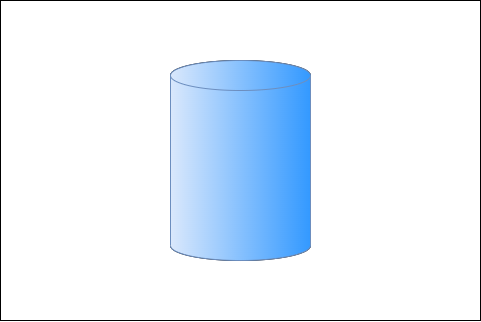
The draw.io diagram images/tanks/simple_tank_type_100.png in CrayJThiemsert/iot_theapp, before a commit. Source tidied: cells renumbered, new cells last; positions are measured from the earlier drawing's top-left corner, leaving out a move shared by most shapes. Source of this version:
```xml
<mxGraphModel>
  <root>
    <mxCell id="0" />
    <mxCell id="1" parent="0" />
    <mxCell id="2" style="rounded=0;whiteSpace=wrap;html=1;" parent="1" vertex="1">
      <mxGeometry width="480" height="320" as="geometry" />
    </mxCell>
    <mxCell id="3" style="shape=cylinder3;whiteSpace=wrap;html=1;boundedLbl=1;backgroundOutline=1;size=15;rotation=0;" parent="1" vertex="1">
      <mxGeometry x="170" y="60" width="140" height="200" as="geometry" />
    </mxCell>
    <mxCell id="4" style="shape=cylinder3;whiteSpace=wrap;html=1;boundedLbl=1;backgroundOutline=1;size=15;rotation=0;fillColor=#dae8fc;gradientColor=#3399FF;strokeColor=#6c8ebf;gradientDirection=east;" parent="1" vertex="1">
      <mxGeometry x="170" y="60" width="140" height="200" as="geometry" />
    </mxCell>
  </root>
</mxGraphModel>
```
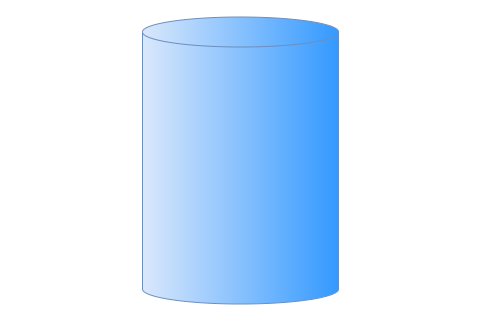
Above is the later version.

Commit message:
- Added "Tank Filled Level" notification settings in the device detail screen.

Change to the diagram source:
```diff
@@ -2,14 +2,14 @@
   <root>
     <mxCell id="0" />
     <mxCell id="1" parent="0" />
-    <mxCell id="2" style="rounded=0;whiteSpace=wrap;html=1;" parent="1" vertex="1">
+    <mxCell id="2" style="rounded=0;whiteSpace=wrap;html=1;strokeColor=none;fillColor=none;" parent="1" vertex="1">
       <mxGeometry width="480" height="320" as="geometry" />
     </mxCell>
     <mxCell id="3" style="shape=cylinder3;whiteSpace=wrap;html=1;boundedLbl=1;backgroundOutline=1;size=15;rotation=0;" parent="1" vertex="1">
       <mxGeometry x="170" y="60" width="140" height="200" as="geometry" />
     </mxCell>
     <mxCell id="4" style="shape=cylinder3;whiteSpace=wrap;html=1;boundedLbl=1;backgroundOutline=1;size=15;rotation=0;fillColor=#dae8fc;gradientColor=#3399FF;strokeColor=#6c8ebf;gradientDirection=east;" parent="1" vertex="1">
-      <mxGeometry x="170" y="60" width="140" height="200" as="geometry" />
+      <mxGeometry x="142" y="16.5" width="196" height="287" as="geometry" />
     </mxCell>
   </root>
 </mxGraphModel>
```
